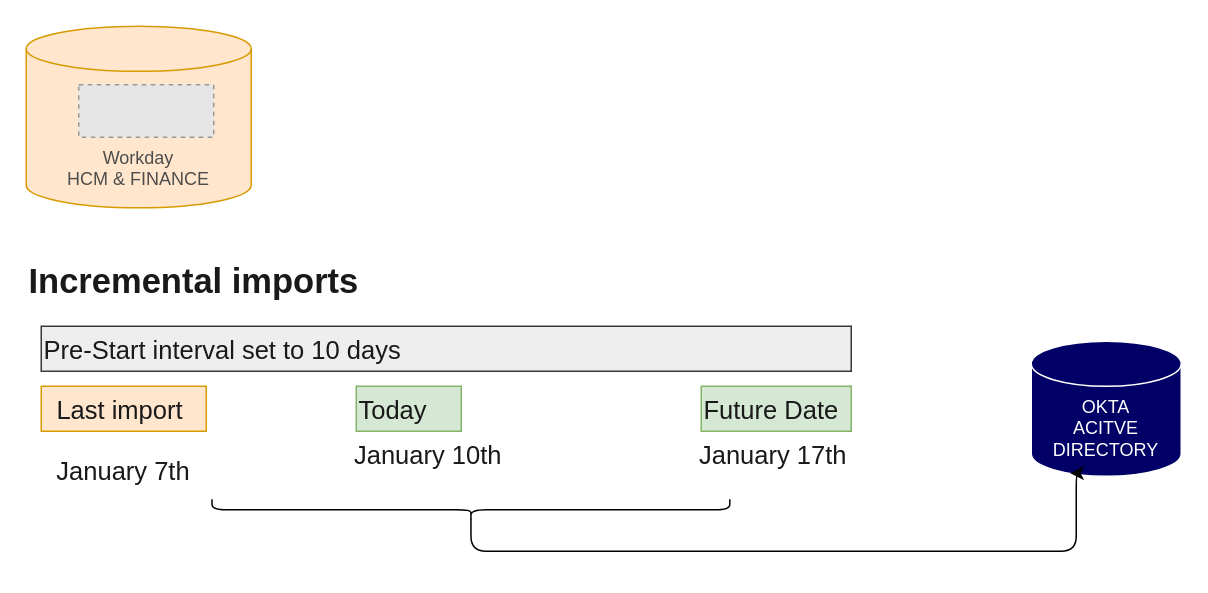
The draw.io diagram Welltech OKTA AD.drawio in sandyaroma/sandyaroma, before the edit. Source tidied: cells renumbered, new cells numbered last; positions are measured from the earlier drawing's top-left corner, leaving out a move shared by most shapes. Both pictures are drawn from the tidied source at 150%, with x=0, y=0 at pixel (26, 26). Pictures stored in the file or linked from it are replaced by grey dashed boxes.
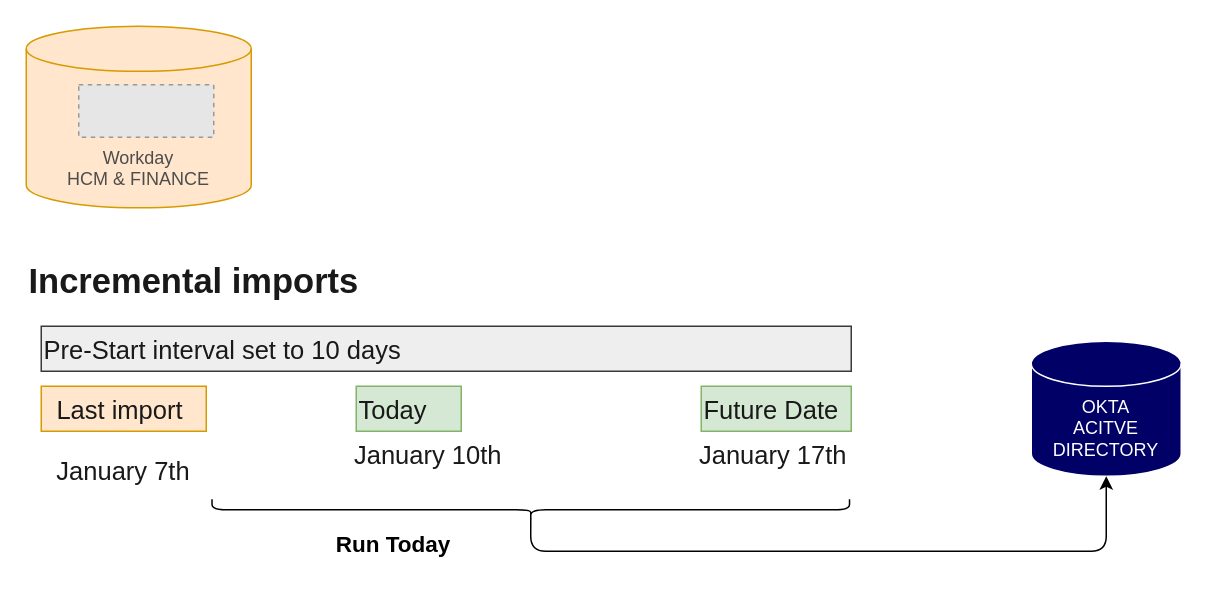
After the change.

The edit, as a diff of the source:
```diff
@@
 <mxGraphModel>
   <root>
     <mxCell id="0" />
     <mxCell id="1" parent="0" />
     <mxCell id="2" value="&lt;div&gt;&lt;font color=&quot;#4d4d4d&quot;&gt;&lt;br&gt;&lt;/font&gt;&lt;/div&gt;&lt;div&gt;&lt;font color=&quot;#4d4d4d&quot;&gt;&lt;br&gt;&lt;/font&gt;&lt;/div&gt;&lt;font color=&quot;#4d4d4d&quot;&gt;&lt;div&gt;&lt;font color=&quot;#4d4d4d&quot;&gt;&lt;br&gt;&lt;/font&gt;&lt;/div&gt;Workday&lt;/font&gt;&lt;div&gt;&lt;font color=&quot;#4d4d4d&quot;&gt;HCM &amp;amp; FINANCE&lt;/font&gt;&lt;/div&gt;" style="shape=cylinder3;whiteSpace=wrap;html=1;boundedLbl=1;backgroundOutline=1;size=15;fillColor=#ffe6cc;strokeColor=#d79b00;" parent="1" vertex="1">
       <mxGeometry width="150" height="121" as="geometry" />
     </mxCell>
     <mxCell id="3" style="fillColor=#E6E6E6;strokeColor=#999999;dashed=1;verticalLabelPosition=bottom;labelBackgroundColor=default;verticalAlign=top;" parent="1" vertex="1">
       <mxGeometry x="35" y="39" width="90" height="35" as="geometry" />
     </mxCell>
     <mxCell id="4" value="OKTA&lt;div&gt;ACITVE DIRECTORY&lt;/div&gt;" style="shape=cylinder3;whiteSpace=wrap;html=1;boundedLbl=1;backgroundOutline=1;size=15;fillColor=#000066;fontColor=#ffffff;strokeColor=#FFFFFF;" parent="1" vertex="1">
       <mxGeometry x="670" y="210" width="100" height="90" as="geometry" />
     </mxCell>
     <mxCell id="5" value="&lt;h1 style=&quot;box-sizing: inherit; margin: 0px 0px 23px; color: rgb(25, 25, 25); line-height: 1.2; font-family: &amp;quot;Aeonik Regular&amp;quot;, Helvetica, Arial, sans-serif; font-style: normal; font-variant-ligatures: normal; font-variant-caps: normal; letter-spacing: normal; orphans: 2; text-align: start; text-indent: 0px; text-transform: none; widows: 2; word-spacing: 0px; -webkit-text-stroke-width: 0px; white-space: normal; background-color: rgb(255, 255, 255); text-decoration-thickness: initial; text-decoration-style: initial; text-decoration-color: initial; font-size: 23px;&quot;&gt;&lt;font style=&quot;font-size: 23px;&quot;&gt;Incremental imports&lt;/font&gt;&lt;/h1&gt;" style="text;whiteSpace=wrap;html=1;" parent="1" vertex="1">
       <mxGeometry y="150" width="230" height="50" as="geometry" />
     </mxCell>
     <mxCell id="6" value="&lt;span style=&quot;color: rgb(25, 25, 25); font-family: &amp;quot;Aeonik Regular&amp;quot;, Helvetica, Arial, sans-serif; font-size: 17px; font-style: normal; font-variant-ligatures: normal; font-variant-caps: normal; font-weight: 400; letter-spacing: normal; orphans: 2; text-align: left; text-indent: 0px; text-transform: none; widows: 2; word-spacing: 0px; -webkit-text-stroke-width: 0px; white-space: normal; text-decoration-thickness: initial; text-decoration-style: initial; text-decoration-color: initial; float: none; display: inline !important;&quot;&gt;Today&lt;/span&gt;" style="text;whiteSpace=wrap;html=1;fillColor=#d5e8d4;strokeColor=#82b366;" parent="1" vertex="1">
       <mxGeometry x="220" y="240" width="70" height="30" as="geometry" />
     </mxCell>
     <mxCell id="7" value="&lt;span style=&quot;color: rgb(25, 25, 25); font-family: &amp;quot;Aeonik Regular&amp;quot;, Helvetica, Arial, sans-serif; font-size: 17px; font-style: normal; font-variant-ligatures: normal; font-variant-caps: normal; font-weight: 400; letter-spacing: normal; orphans: 2; text-align: left; text-indent: 0px; text-transform: none; widows: 2; word-spacing: 0px; -webkit-text-stroke-width: 0px; white-space: normal; text-decoration-thickness: initial; text-decoration-style: initial; text-decoration-color: initial; float: none; display: inline !important;&quot;&gt;Pre-Start interval set to 10 days&lt;/span&gt;" style="text;whiteSpace=wrap;html=1;fillColor=#eeeeee;strokeColor=#36393d;" parent="1" vertex="1">
       <mxGeometry x="10" y="200" width="540" height="30" as="geometry" />
     </mxCell>
     <mxCell id="8" value="&lt;span style=&quot;color: rgb(25, 25, 25); font-family: &amp;quot;Aeonik Regular&amp;quot;, Helvetica, Arial, sans-serif; font-size: 17px; font-style: normal; font-variant-ligatures: normal; font-variant-caps: normal; font-weight: 400; letter-spacing: normal; orphans: 2; text-indent: 0px; text-transform: none; widows: 2; word-spacing: 0px; -webkit-text-stroke-width: 0px; white-space: normal; text-decoration-thickness: initial; text-decoration-style: initial; text-decoration-color: initial; float: none; display: inline !important;&quot;&gt;Last import&amp;nbsp;&lt;/span&gt;&lt;div&gt;&lt;span style=&quot;color: rgb(25, 25, 25); font-family: &amp;quot;Aeonik Regular&amp;quot;, Helvetica, Arial, sans-serif; font-size: 17px; font-style: normal; font-variant-ligatures: normal; font-variant-caps: normal; font-weight: 400; letter-spacing: normal; orphans: 2; text-indent: 0px; text-transform: none; widows: 2; word-spacing: 0px; -webkit-text-stroke-width: 0px; white-space: normal; background-color: rgb(255, 255, 255); text-decoration-thickness: initial; text-decoration-style: initial; text-decoration-color: initial; float: none; display: inline !important;&quot;&gt;&lt;br&gt;&lt;/span&gt;&lt;/div&gt;&lt;div&gt;&lt;span style=&quot;color: rgb(25, 25, 25); font-family: &amp;quot;Aeonik Regular&amp;quot;, Helvetica, Arial, sans-serif; font-size: 17px; font-style: normal; font-variant-ligatures: normal; font-variant-caps: normal; font-weight: 400; letter-spacing: normal; orphans: 2; text-indent: 0px; text-transform: none; widows: 2; word-spacing: 0px; -webkit-text-stroke-width: 0px; white-space: normal; background-color: rgb(255, 255, 255); text-decoration-thickness: initial; text-decoration-style: initial; text-decoration-color: initial; float: none; display: inline !important;&quot;&gt;January 7th&lt;/span&gt;&lt;/div&gt;" style="text;whiteSpace=wrap;html=1;fillColor=#ffe6cc;strokeColor=#d79b00;align=center;" parent="1" vertex="1">
       <mxGeometry x="10" y="240" width="110" height="30" as="geometry" />
     </mxCell>
     <mxCell id="9" value="&lt;div style=&quot;text-align: center;&quot;&gt;&lt;span style=&quot;background-color: initial; font-size: 17px;&quot;&gt;&lt;font face=&quot;Aeonik Regular, Helvetica, Arial, sans-serif&quot; color=&quot;#191919&quot;&gt;January 10th&lt;/font&gt;&lt;/span&gt;&lt;/div&gt;" style="text;whiteSpace=wrap;html=1;" parent="1" vertex="1">
       <mxGeometry x="217" y="270" width="120" height="30" as="geometry" />
     </mxCell>
     <mxCell id="10" value="&lt;font face=&quot;Aeonik Regular, Helvetica, Arial, sans-serif&quot; color=&quot;#191919&quot;&gt;&lt;span style=&quot;font-size: 17px;&quot;&gt;Future Date&lt;/span&gt;&lt;/font&gt;" style="text;whiteSpace=wrap;html=1;fillColor=#d5e8d4;strokeColor=#82b366;" parent="1" vertex="1">
       <mxGeometry x="450" y="240" width="100" height="30" as="geometry" />
     </mxCell>
     <mxCell id="11" value="&lt;div style=&quot;text-align: center;&quot;&gt;&lt;span style=&quot;background-color: initial; font-size: 17px;&quot;&gt;&lt;font face=&quot;Aeonik Regular, Helvetica, Arial, sans-serif&quot; color=&quot;#191919&quot;&gt;January 17th&lt;/font&gt;&lt;/span&gt;&lt;/div&gt;" style="text;whiteSpace=wrap;html=1;" parent="1" vertex="1">
       <mxGeometry x="447" y="270" width="120" height="20" as="geometry" />
     </mxCell>
     <mxCell id="12" style="shape=curlyBracket;whiteSpace=wrap;html=1;rounded=1;flipH=1;labelPosition=right;verticalLabelPosition=middle;align=left;verticalAlign=middle;rotation=90;" parent="1" vertex="1">
-      <mxGeometry x="289.3" y="149.8" width="14.3" height="345.2" as="geometry" />
+      <mxGeometry x="329.2" y="109.9" width="14.3" height="425" as="geometry" />
     </mxCell>
+    <mxCell id="14" value="&lt;font style=&quot;font-size: 15px;&quot;&gt;&lt;b&gt;Run Today&lt;/b&gt;&lt;/font&gt;" style="text;html=1;align=center;verticalAlign=middle;whiteSpace=wrap;rounded=0;" parent="1" vertex="1">
+      <mxGeometry x="200" y="330" width="90" height="30" as="geometry" />
+    </mxCell>
-    <mxCell id="13" style="edgeStyle=orthogonalEdgeStyle;rounded=1;jettySize=auto;html=1;exitX=0.1;exitY=0.5;exitDx=0;exitDy=0;exitPerimeter=0;entryX=0.26;entryY=0.978;entryDx=0;entryDy=0;entryPerimeter=0;curved=0;" parent="1" edge="1" source="12" target="4">
+    <mxCell id="13" style="edgeStyle=orthogonalEdgeStyle;rounded=1;jettySize=auto;html=1;exitX=0.1;exitY=0.5;exitDx=0;exitDy=0;exitPerimeter=0;entryX=0.5;entryY=1;entryDx=0;entryDy=0;entryPerimeter=0;curved=0;" parent="1" edge="1" source="12" target="4">
       <mxGeometry relative="1" as="geometry">
         <Array as="points">
-          <mxPoint x="297" y="350" />
-          <mxPoint x="700" y="350" />
-          <mxPoint x="700" y="298" />
+          <mxPoint x="336" y="350" />
+          <mxPoint x="720" y="350" />
         </Array>
       </mxGeometry>
     </mxCell>
   </root>
 </mxGraphModel>
```
